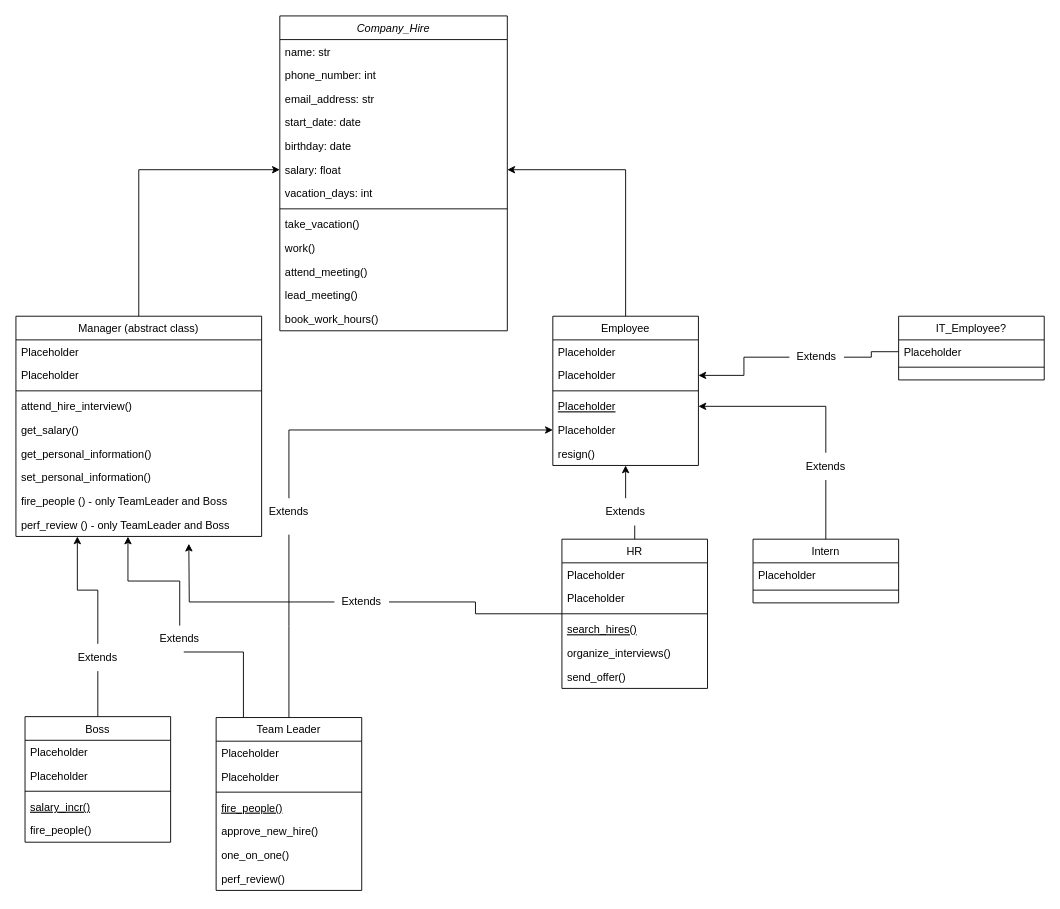
Before: UML.drawio in Gaben14/Company_Hierarchy, a draw.io diagram. Source tidied: cells renumbered, new cells numbered last; positions are measured from the earlier drawing's top-left corner, leaving out a move shared by most shapes. Both pictures are drawn from the tidied source at 91%, with x=0, y=0 at pixel (15, 15).
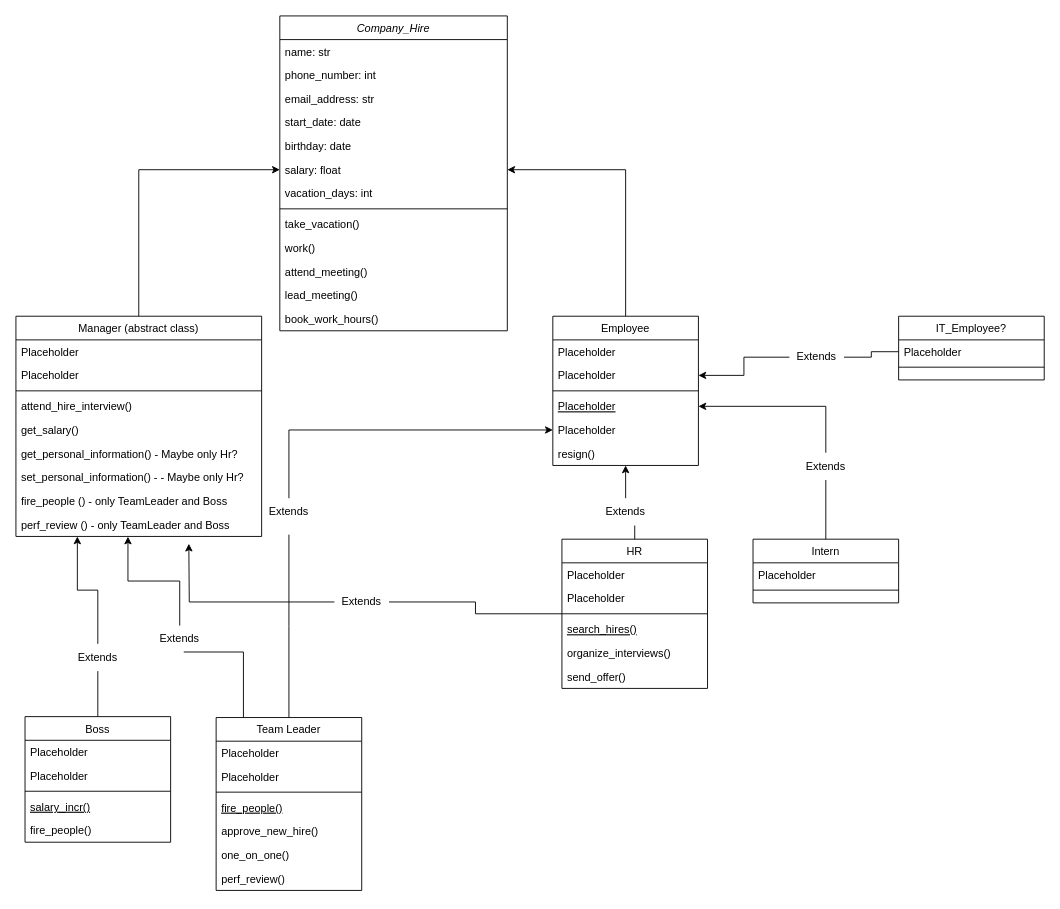
The same page after the edit.

Unchanged cells that the change refers to:
```xml
<mxCell id="29" value="Manager (abstract class)" style="swimlane;fontStyle=0;align=center;verticalAlign=top;horizontal=1;startSize=26;rounded=0;shadow=0;strokeWidth=1;" parent="1" vertex="1">
  <mxGeometry y="330" width="270" height="242" as="geometry" />
</mxCell>
```

What changed in the source:
```diff
@@
-    <mxCell id="35" value="get_personal_information()" style="text;align=left;verticalAlign=top;spacingLeft=4;spacingRight=4;overflow=hidden;" parent="29" vertex="1">
+    <mxCell id="35" value="get_personal_information() - Maybe only Hr?" style="text;align=left;verticalAlign=top;spacingLeft=4;spacingRight=4;overflow=hidden;" parent="29" vertex="1">
       <mxGeometry y="138" width="270" height="26" as="geometry" />
     </mxCell>
-    <mxCell id="36" value="set_personal_information()" style="text;align=left;verticalAlign=top;spacingLeft=4;spacingRight=4;overflow=hidden;" parent="29" vertex="1">
+    <mxCell id="36" value="set_personal_information() - - Maybe only Hr?" style="text;align=left;verticalAlign=top;spacingLeft=4;spacingRight=4;overflow=hidden;" parent="29" vertex="1">
       <mxGeometry y="164" width="270" height="26" as="geometry" />
     </mxCell>
```
